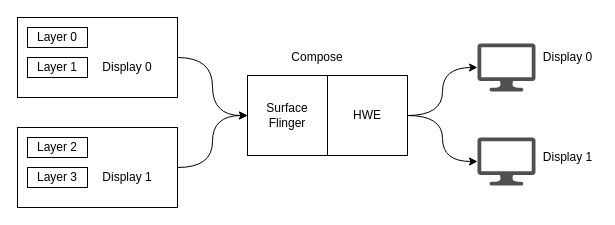
This is uml/android-muti-display.drawio from TobiasYin/ansuld, a draw.io file, before an edit. Source tidied: cells renumbered, new cells numbered last; positions are measured from the earlier drawing's top-left corner, leaving out a move shared by most shapes. Both pictures are drawn from the tidied source at 100%, with x=0, y=0 at pixel (17, 17).
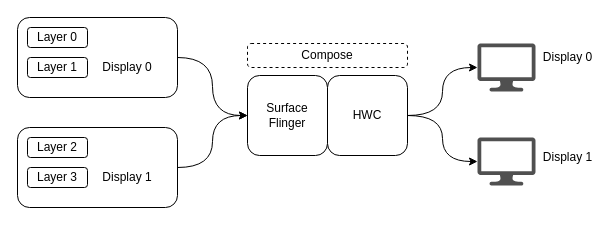
The same page after the edit.

Change to the diagram source:
```diff
@@
+    <mxCell id="16" value="&lt;span&gt;Compose&lt;/span&gt;" style="rounded=1;whiteSpace=wrap;html=1;dashed=1;" parent="1" vertex="1">
+      <mxGeometry x="230" y="26" width="160" height="24" as="geometry" />
+    </mxCell>
@@
-    <mxCell id="3" style="rounded=0;whiteSpace=wrap;html=1;" parent="1" vertex="1">
+    <mxCell id="3" style="rounded=1;whiteSpace=wrap;html=1;" parent="1" vertex="1">
       <mxGeometry width="160" height="80" as="geometry" />
     </mxCell>
-    <mxCell id="4" value="Display 0" style="text;html=1;strokeColor=none;fillColor=none;align=center;verticalAlign=middle;whiteSpace=wrap;rounded=0;" parent="1" vertex="1">
+    <mxCell id="4" value="Display 0" style="text;html=1;strokeColor=none;fillColor=none;align=center;verticalAlign=middle;whiteSpace=wrap;rounded=1;" parent="1" vertex="1">
       <mxGeometry x="70" y="40" width="80" height="20" as="geometry" />
     </mxCell>
-    <mxCell id="5" value="Layer 0" style="rounded=0;whiteSpace=wrap;html=1;" parent="1" vertex="1">
+    <mxCell id="5" value="Layer 0" style="rounded=1;whiteSpace=wrap;html=1;" parent="1" vertex="1">
       <mxGeometry x="10" y="10" width="60" height="20" as="geometry" />
     </mxCell>
-    <mxCell id="6" value="Layer 1" style="rounded=0;whiteSpace=wrap;html=1;" parent="1" vertex="1">
+    <mxCell id="6" value="Layer 1" style="rounded=1;whiteSpace=wrap;html=1;" parent="1" vertex="1">
       <mxGeometry x="10" y="40" width="60" height="20" as="geometry" />
     </mxCell>
@@
-    <mxCell id="8" style="rounded=0;whiteSpace=wrap;html=1;" parent="1" vertex="1">
+    <mxCell id="8" style="rounded=1;whiteSpace=wrap;html=1;" parent="1" vertex="1">
       <mxGeometry y="110" width="160" height="80" as="geometry" />
     </mxCell>
-    <mxCell id="9" value="Display 1" style="text;html=1;strokeColor=none;fillColor=none;align=center;verticalAlign=middle;whiteSpace=wrap;rounded=0;" parent="1" vertex="1">
+    <mxCell id="9" value="Display 1" style="text;html=1;strokeColor=none;fillColor=none;align=center;verticalAlign=middle;whiteSpace=wrap;rounded=1;" parent="1" vertex="1">
       <mxGeometry x="70" y="150" width="80" height="20" as="geometry" />
     </mxCell>
-    <mxCell id="10" value="Layer 2" style="rounded=0;whiteSpace=wrap;html=1;" parent="1" vertex="1">
+    <mxCell id="10" value="Layer 2" style="rounded=1;whiteSpace=wrap;html=1;" parent="1" vertex="1">
       <mxGeometry x="10" y="120" width="60" height="20" as="geometry" />
     </mxCell>
-    <mxCell id="11" value="Layer 3" style="rounded=0;whiteSpace=wrap;html=1;" parent="1" vertex="1">
+    <mxCell id="11" value="Layer 3" style="rounded=1;whiteSpace=wrap;html=1;" parent="1" vertex="1">
       <mxGeometry x="10" y="150" width="60" height="20" as="geometry" />
     </mxCell>
-    <mxCell id="12" style="group;" parent="1" vertex="1">
-      <mxGeometry x="230" y="58" width="160" height="80" as="geometry" />
-    </mxCell>
-    <mxCell id="13" style="rounded=0;whiteSpace=wrap;html=1;" parent="12" vertex="1">
-      <mxGeometry width="160" height="80" as="geometry" />
-    </mxCell>
-    <mxCell id="14" value="Surface&lt;br&gt;Flinger" style="rounded=0;whiteSpace=wrap;html=1;" parent="12" vertex="1">
-      <mxGeometry width="80" height="80" as="geometry" />
-    </mxCell>
-    <mxCell id="15" value="HWE" style="rounded=0;whiteSpace=wrap;html=1;" parent="12" vertex="1">
-      <mxGeometry x="80" width="80" height="80" as="geometry" />
-    </mxCell>
-    <mxCell id="16" value="Compose" style="text;html=1;strokeColor=none;fillColor=none;align=center;verticalAlign=middle;whiteSpace=wrap;rounded=0;" parent="1" vertex="1">
-      <mxGeometry x="280" y="30" width="40" height="20" as="geometry" />
-    </mxCell>
@@
+    <mxCell id="13" style="rounded=0;whiteSpace=wrap;html=1;strokeColor=none;" parent="1" vertex="1">
+      <mxGeometry x="230" y="58" width="160" height="80" as="geometry" />
+    </mxCell>
+    <mxCell id="14" value="Surface&lt;br&gt;Flinger" style="rounded=1;whiteSpace=wrap;html=1;" parent="1" vertex="1">
+      <mxGeometry x="230" y="58" width="80" height="80" as="geometry" />
+    </mxCell>
+    <mxCell id="15" value="HWC" style="rounded=1;whiteSpace=wrap;html=1;" parent="1" vertex="1">
+      <mxGeometry x="310" y="58" width="80" height="80" as="geometry" />
+    </mxCell>
```
